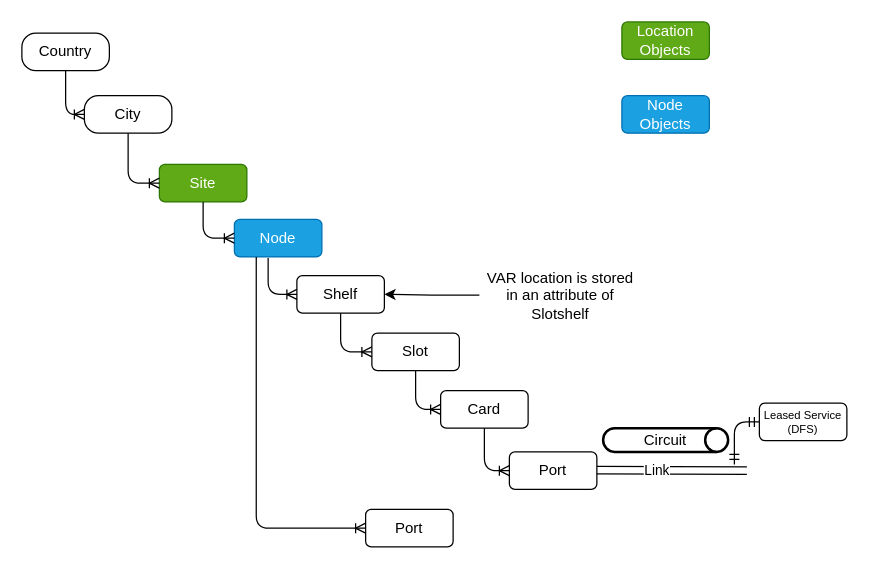
This is page "ZSMART" (4 of 6) of Untitled Diagram.drawio from dearishtaq/hello-world-old, a draw.io file, before an edit. Source tidied: cells renumbered, new cells numbered last; positions are measured from the earlier drawing's top-left corner, leaving out a move shared by most shapes. Both pictures are drawn from the tidied source at 125%, with x=0, y=0 at pixel (21, 21).
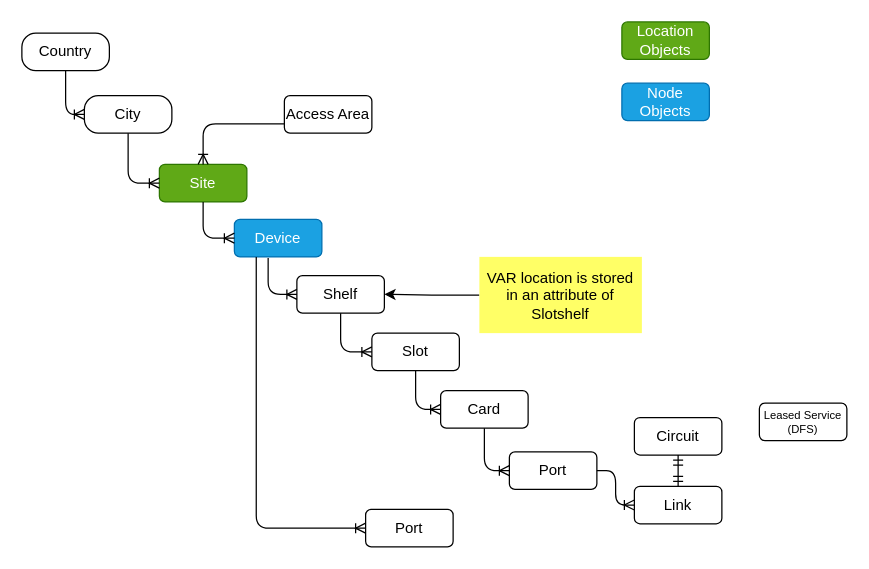
The same page after the edit.

Unchanged cells that the change refers to:
```xml
<mxCell id="2" value="Site" style="rounded=1;whiteSpace=wrap;html=1;fillColor=#60a917;strokeColor=#2D7600;fontColor=#ffffff;" parent="1" vertex="1">
  <mxGeometry x="110" y="114" width="70" height="30" as="geometry" />
</mxCell>
<mxCell id="8" value="Port" style="rounded=1;whiteSpace=wrap;html=1;" parent="1" vertex="1">
  <mxGeometry x="390" y="344" width="70" height="30" as="geometry" />
</mxCell>
<mxCell id="20" value="Leased Service (DFS)" style="rounded=1;whiteSpace=wrap;html=1;fontSize=9;" parent="1" vertex="1">
  <mxGeometry x="590" y="305" width="70" height="30" as="geometry" />
</mxCell>
```

The edit, as a diff of the source:
```diff
@@
-    <mxCell id="3" value="Node" style="rounded=1;whiteSpace=wrap;html=1;fillColor=#1ba1e2;strokeColor=#006EAF;fontColor=#ffffff;" parent="1" vertex="1">
+    <mxCell id="3" value="Device" style="rounded=1;whiteSpace=wrap;html=1;fillColor=#1ba1e2;strokeColor=#006EAF;fontColor=#ffffff;" parent="1" vertex="1">
       <mxGeometry x="170" y="158" width="70" height="30" as="geometry" />
     </mxCell>
@@
     <mxCell id="12" value="Node Objects" style="rounded=1;whiteSpace=wrap;html=1;fillColor=#1ba1e2;strokeColor=#006EAF;fontColor=#ffffff;" parent="1" vertex="1">
-      <mxGeometry x="480" y="59" width="70" height="30" as="geometry" />
+      <mxGeometry x="480" y="49" width="70" height="30" as="geometry" />
     </mxCell>
@@
-    <mxCell id="15" value="VAR location is stored in an attribute of Slotshelf" style="text;html=1;strokeColor=none;fillColor=none;align=center;verticalAlign=middle;whiteSpace=wrap;overflow=hidden;" parent="1" vertex="1">
+    <mxCell id="15" value="VAR location is stored in an attribute of Slotshelf" style="text;html=1;strokeColor=none;align=center;verticalAlign=middle;whiteSpace=wrap;overflow=hidden;fillColor=#FFFF66;" parent="1" vertex="1">
       <mxGeometry x="366" y="188" width="130" height="61" as="geometry" />
     </mxCell>
@@
-    <mxCell id="18" value="Circuit" style="strokeWidth=2;html=1;shape=mxgraph.flowchart.direct_data;whiteSpace=wrap;" parent="1" vertex="1">
-      <mxGeometry x="465" y="325" width="100" height="19" as="geometry" />
-    </mxCell>
-    <mxCell id="19" value="Link" style="shape=link;html=1;width=6;shadow=0;" parent="1" edge="1">
-      <mxGeometry x="-0.2" relative="1" as="geometry">
-        <mxPoint x="460" y="358.5" as="sourcePoint" />
-        <mxPoint x="580" y="359" as="targetPoint" />
-      </mxGeometry>
-    </mxCell>
@@
-    <mxCell id="21" style="edgeStyle=orthogonalEdgeStyle;fontSize=12;html=1;endArrow=ERmandOne;startArrow=ERmandOne;shadow=0;entryX=0;entryY=0.5;entryDx=0;entryDy=0;" parent="1" edge="1" target="20">
-      <mxGeometry relative="1" as="geometry">
-        <mxPoint x="570" y="354" as="sourcePoint" />
-        <Array as="points">
-          <mxPoint x="570" y="320" />
-        </Array>
-      </mxGeometry>
-    </mxCell>
@@
+    <mxCell id="28" value="Access Area" style="rounded=1;whiteSpace=wrap;html=1;" parent="1" vertex="1">
+      <mxGeometry x="210" y="59" width="70" height="30" as="geometry" />
+    </mxCell>
+    <mxCell id="29" style="edgeStyle=orthogonalEdgeStyle;fontSize=12;html=1;endArrow=ERoneToMany;exitX=0;exitY=0.75;exitDx=0;exitDy=0;entryX=0.5;entryY=0;entryDx=0;entryDy=0;" parent="1" edge="1" source="28" target="2">
+      <mxGeometry relative="1" as="geometry" />
+    </mxCell>
+    <mxCell id="30" style="edgeStyle=elbowEdgeStyle;rounded=0;orthogonalLoop=1;jettySize=auto;elbow=vertical;html=1;entryX=0.25;entryY=0;entryDx=0;entryDy=0;" parent="1" edge="1">
+      <mxGeometry relative="1" as="geometry">
+        <mxPoint x="546.5" y="371.5" as="sourcePoint" />
+        <mxPoint x="546.5" y="371.5" as="targetPoint" />
+      </mxGeometry>
+    </mxCell>
+    <mxCell id="19" value="Link" style="rounded=1;whiteSpace=wrap;html=1;" parent="1" vertex="1">
+      <mxGeometry x="490" y="371.5" width="70" height="30" as="geometry" />
+    </mxCell>
+    <mxCell id="18" value="Circuit" style="rounded=1;whiteSpace=wrap;html=1;" parent="1" vertex="1">
+      <mxGeometry x="490" y="316.5" width="70" height="30" as="geometry" />
+    </mxCell>
+    <mxCell id="31" style="fontSize=12;html=1;endArrow=ERmandOne;startArrow=ERmandOne;shadow=0;entryX=0.5;entryY=0;entryDx=0;entryDy=0;exitX=0.5;exitY=1;exitDx=0;exitDy=0;" parent="1" edge="1" source="18" target="19">
+      <mxGeometry relative="1" as="geometry" />
+    </mxCell>
+    <mxCell id="32" style="edgeStyle=orthogonalEdgeStyle;fontSize=12;html=1;endArrow=ERoneToMany;exitX=1;exitY=0.5;exitDx=0;exitDy=0;entryX=0;entryY=0.5;entryDx=0;entryDy=0;" parent="1" edge="1" source="8" target="19">
+      <mxGeometry relative="1" as="geometry" />
+    </mxCell>
```
